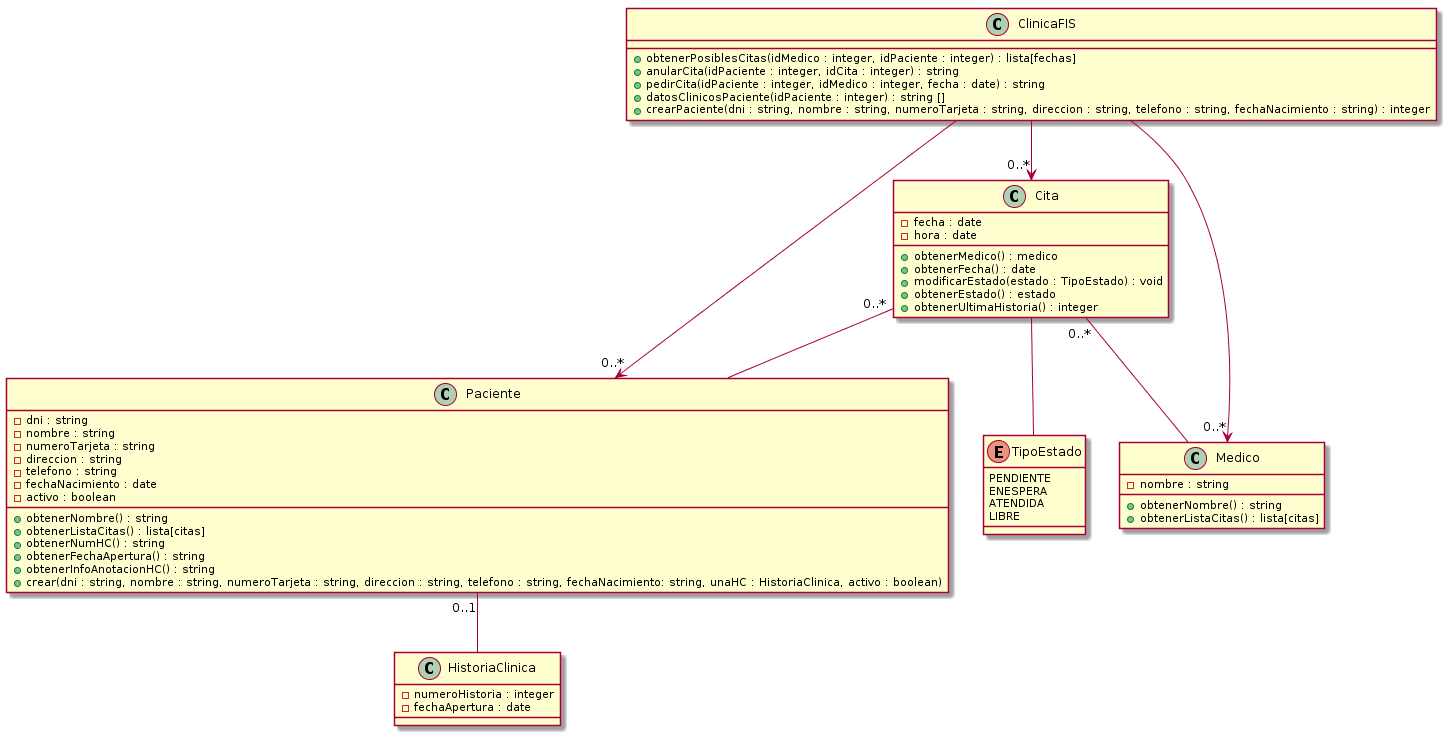
This is P4/DiagramaDeClases.png from Ludvins/DGIIM_FIS, a PlantUML export, as it was before one commit.
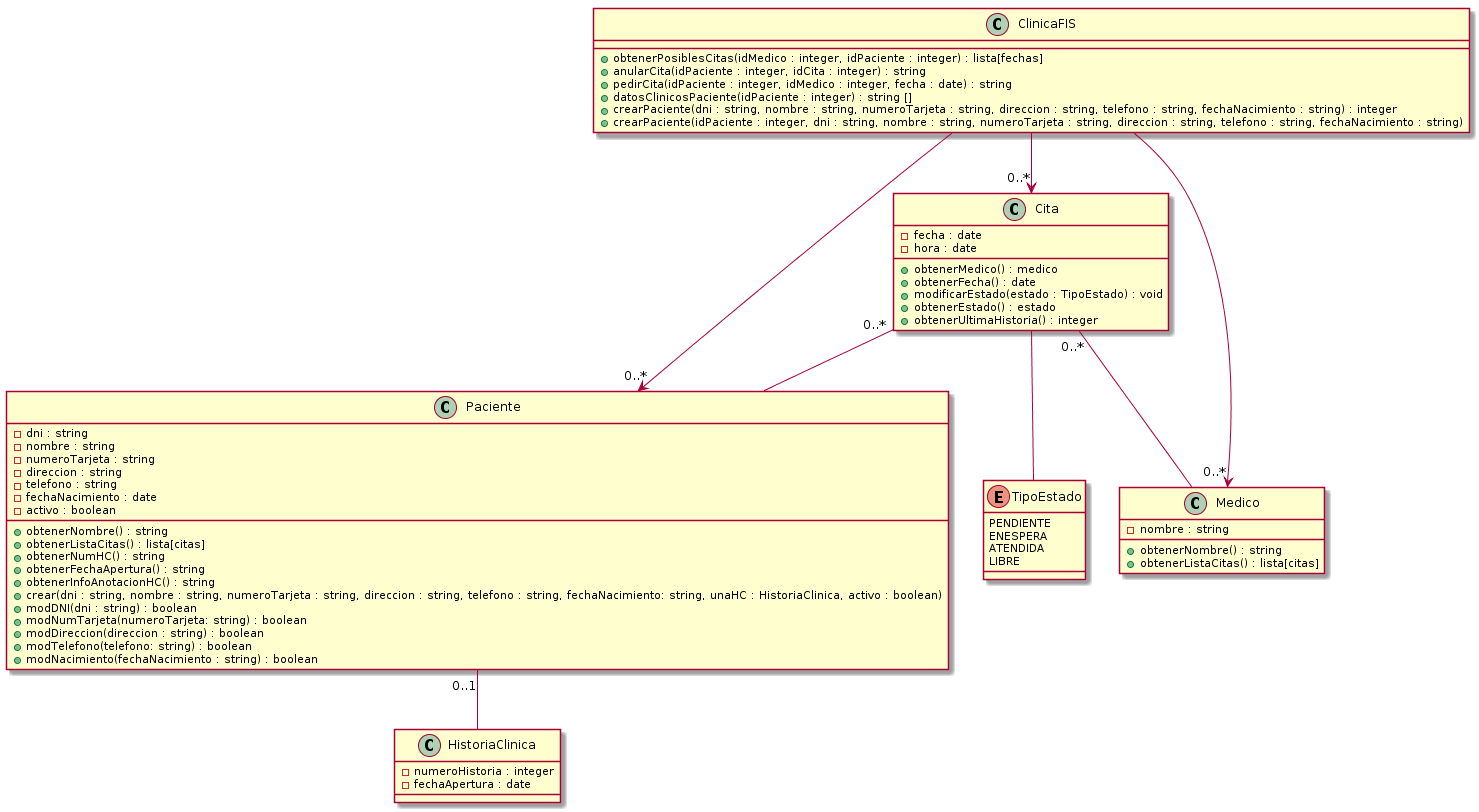
After the commit.

Commit message:
mis diagramas

What changed in the source:
```diff
@@ -14,6 +14,11 @@
 + obtenerFechaApertura() : string
 + obtenerInfoAnotacionHC() : string
 + crear(dni : string, nombre : string, numeroTarjeta : string, direccion : string, telefono : string, fechaNacimiento: string, unaHC : HistoriaClinica, activo : boolean)
++ modDNI(dni : string) : boolean
++ modNumTarjeta(numeroTarjeta: string) : boolean
++ modDireccion(direccion : string) : boolean
++ modTelefono(telefono: string) : boolean
++ modNacimiento(fechaNacimiento : string) : boolean
 }
 
 class Cita {
@@ -46,6 +51,7 @@
 + pedirCita(idPaciente : integer, idMedico : integer, fecha : date) : string
 + datosClinicosPaciente(idPaciente : integer) : string []
 + crearPaciente(dni : string, nombre : string, numeroTarjeta : string, direccion : string, telefono : string, fechaNacimiento : string) : integer
++ crearPaciente(idPaciente : integer, dni : string, nombre : string, numeroTarjeta : string, direccion : string, telefono : string, fechaNacimiento : string)
 }
 
 class HistoriaClinica {
```
